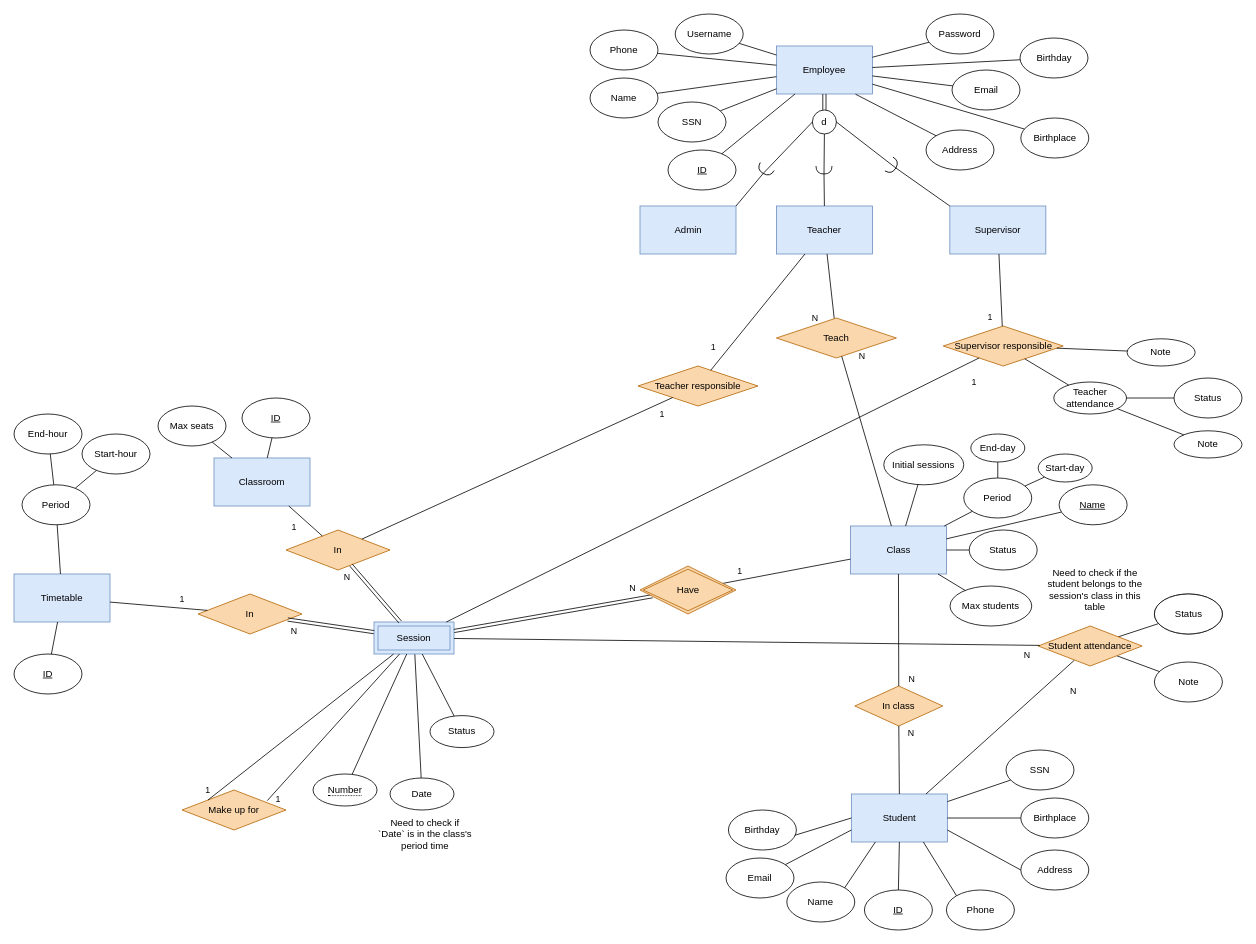
The draw.io diagram ERD.drawio in astr0tas/New-And-Improved-English-Center-Attendance-Check, before the edit. Source tidied: cells renumbered, new cells numbered last; positions are measured from the earlier drawing's top-left corner, leaving out a move shared by most shapes. Both pictures are drawn from the tidied source at 80%, with x=0, y=0 at pixel (14, 14).
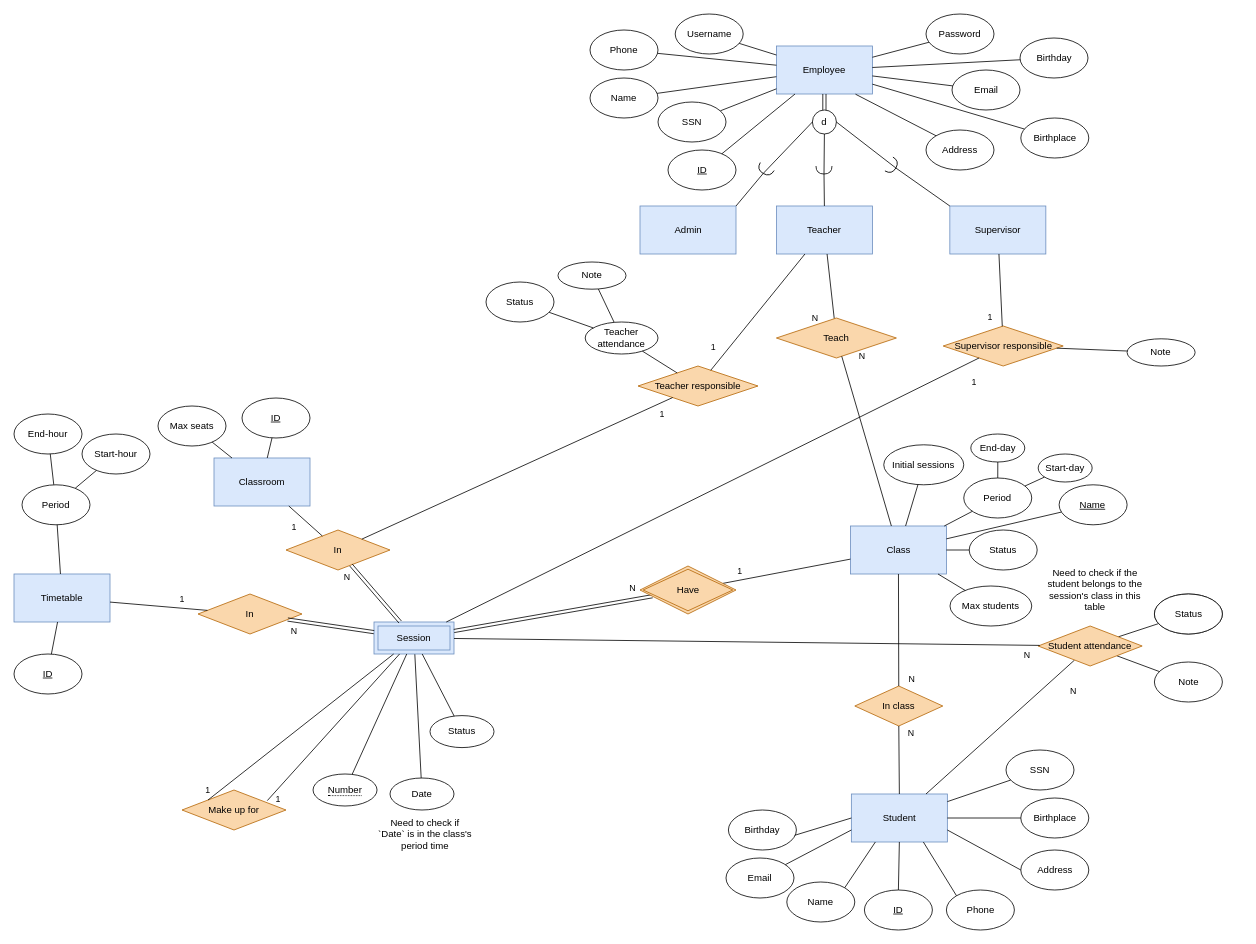
After the change.

Unchanged cells that the change refers to:
```xml
<mxCell id="31" value="Teacher responsible" style="rhombus;whiteSpace=wrap;html=1;fillColor=#fad7ac;strokeColor=#b46504;" parent="1" vertex="1">
  <mxGeometry x="780" y="440" width="150" height="50" as="geometry" />
</mxCell>
<mxCell id="106" value="Supervisor responsible" style="rhombus;whiteSpace=wrap;html=1;fillColor=#fad7ac;strokeColor=#b46504;" parent="1" vertex="1">
  <mxGeometry x="1161.5" y="390" width="150" height="50" as="geometry" />
</mxCell>
```

Diff of the diagram source:
```diff
@@
     <mxCell id="108" value="Status" style="ellipse;whiteSpace=wrap;html=1;" parent="1" vertex="1">
-      <mxGeometry x="1450" y="455" width="85" height="50" as="geometry" />
+      <mxGeometry x="590" y="335" width="85" height="50" as="geometry" />
     </mxCell>
     <mxCell id="109" value="Note" style="ellipse;whiteSpace=wrap;html=1;" parent="1" vertex="1">
-      <mxGeometry x="1450" y="521" width="85" height="34" as="geometry" />
+      <mxGeometry x="680" y="310" width="85" height="34" as="geometry" />
     </mxCell>
     <mxCell id="110" value="Teacher attendance" style="ellipse;whiteSpace=wrap;html=1;" parent="1" vertex="1">
-      <mxGeometry x="1299.7" y="460" width="91" height="40" as="geometry" />
+      <mxGeometry x="714" y="385" width="91" height="40" as="geometry" />
     </mxCell>
-    <mxCell id="111" style="endArrow=none;html=1;rounded=0;" parent="1" edge="1" source="106" target="110">
+    <mxCell id="111" style="endArrow=none;html=1;rounded=0;" parent="1" edge="1" source="31" target="110">
       <mxGeometry relative="1" as="geometry" />
     </mxCell>
```
